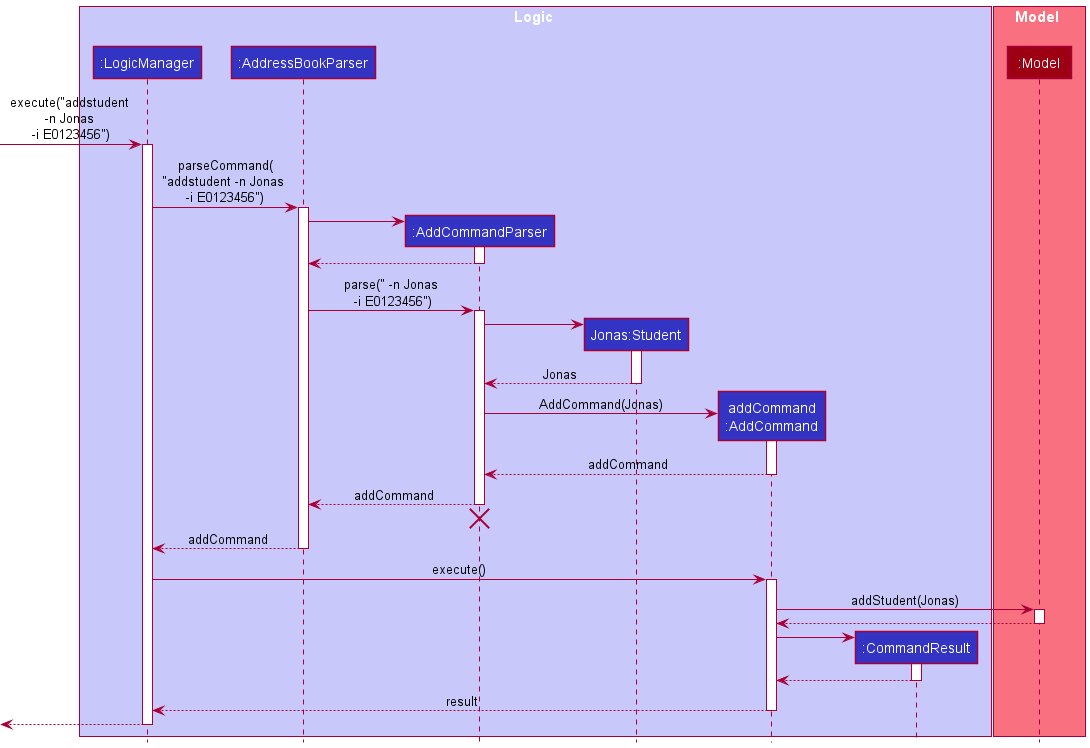
nus-cs2103-AY2122S1/tp keeps this PlantUML diagram as docs/images/AddStudentSequenceDiagram.png. Above is the earlier version.
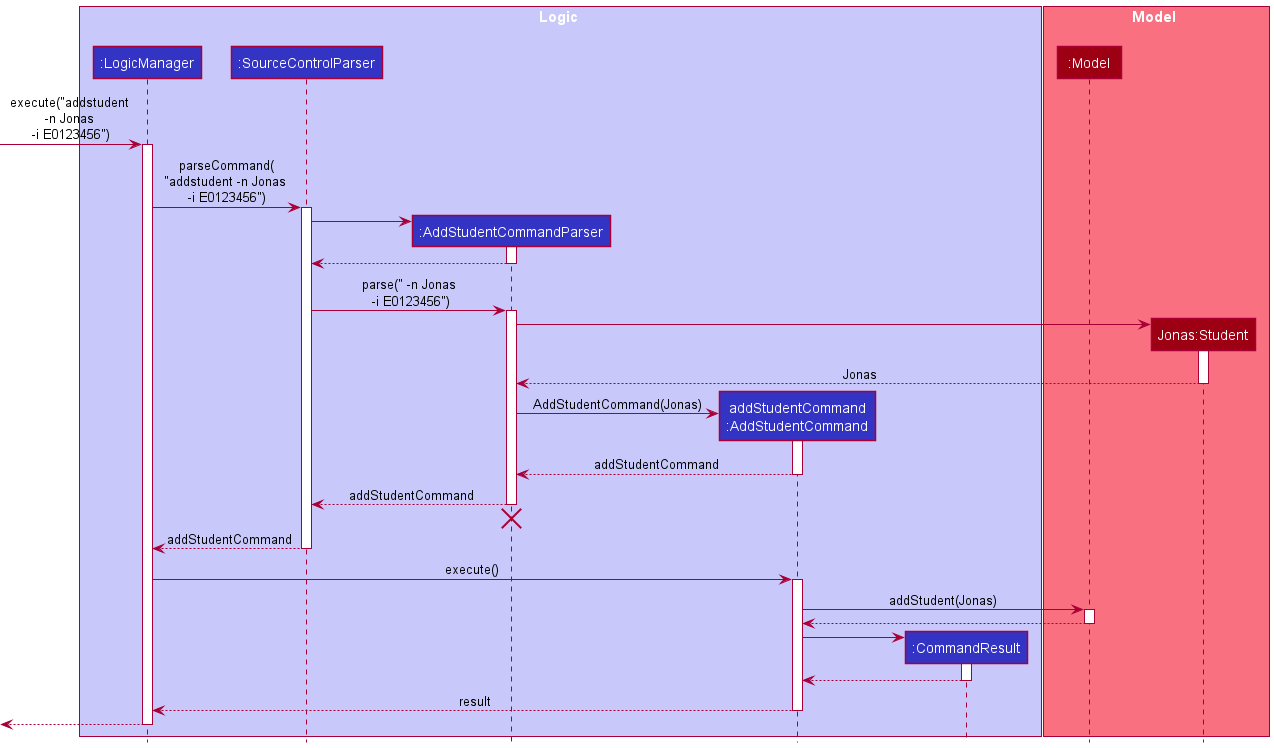
Above is the later version.

The edit, as a diff of the source:
```diff
@@ -3,73 +3,73 @@
 
 box Logic LOGIC_COLOR_T1
 participant ":LogicManager" as LogicManager LOGIC_COLOR
-participant ":AddressBookParser" as AddressBookParser LOGIC_COLOR
-participant ":AddCommandParser" as AddCommandParser LOGIC_COLOR
-participant "Jonas:Student" as Student LOGIC_COLOR
-participant "addCommand\n:AddCommand" as AddCommand LOGIC_COLOR
+participant ":SourceControlParser" as SourceControlParser LOGIC_COLOR
+participant ":AddStudentCommandParser" as AddStudentCommandParser LOGIC_COLOR
+participant "addStudentCommand\n:AddStudentCommand" as AddStudentCommand LOGIC_COLOR
 participant ":CommandResult" as CommandResult LOGIC_COLOR
 end box
 
 box Model MODEL_COLOR_T1
 participant ":Model" as Model MODEL_COLOR
+participant "Jonas:Student" as Student MODEL_COLOR
 end box
 
 [-> LogicManager : execute("addstudent \n-n Jonas \n-i E0123456")
 activate LogicManager
 
-LogicManager -> AddressBookParser : parseCommand(\n"addstudent -n Jonas \n-i E0123456")
-activate AddressBookParser
+LogicManager -> SourceControlParser : parseCommand(\n"addstudent -n Jonas \n-i E0123456")
+activate SourceControlParser
 
-create AddCommandParser
-AddressBookParser -> AddCommandParser
-activate AddCommandParser
+create AddStudentCommandParser
+SourceControlParser -> AddStudentCommandParser
+activate AddStudentCommandParser
 
-AddCommandParser --> AddressBookParser
-deactivate AddCommandParser
+AddStudentCommandParser --> SourceControlParser
+deactivate AddStudentCommandParser
 
-AddressBookParser -> AddCommandParser : parse(" -n Jonas\n -i E0123456")
-activate AddCommandParser
+SourceControlParser -> AddStudentCommandParser : parse(" -n Jonas\n -i E0123456")
+activate AddStudentCommandParser
 
 create Student
-AddCommandParser -> Student
+AddStudentCommandParser -> Student
 activate Student
 
-Student --> AddCommandParser : Jonas
+Student --> AddStudentCommandParser : Jonas
 deactivate Student
 
-create AddCommand
-AddCommandParser -> AddCommand : AddCommand(Jonas)
-activate AddCommand
+create AddStudentCommand
+AddStudentCommandParser -> AddStudentCommand : AddStudentCommand(Jonas)
+activate AddStudentCommand
 
-AddCommand --> AddCommandParser : addCommand
-deactivate AddCommand
+AddStudentCommand --> AddStudentCommandParser : addStudentCommand
+deactivate AddStudentCommand
 
-AddCommandParser --> AddressBookParser : addCommand
-deactivate AddCommandParser
-AddCommandParser -[hidden]-> AddressBookParser
-destroy AddCommandParser
+AddStudentCommandParser --> SourceControlParser : addStudentCommand
+deactivate AddStudentCommandParser
+AddStudentCommandParser -[hidden]-> SourceControlParser
+destroy AddStudentCommandParser
 
-AddressBookParser --> LogicManager : addCommand
-deactivate AddressBookParser
+SourceControlParser --> LogicManager : addStudentCommand
+deactivate SourceControlParser
 
-LogicManager -> AddCommand : execute()
-activate AddCommand
+LogicManager -> AddStudentCommand : execute()
+activate AddStudentCommand
 
-AddCommand -> Model : addStudent(Jonas)
+AddStudentCommand -> Model : addStudent(Jonas)
 activate Model
 
-Model --> AddCommand
+Model --> AddStudentCommand
 deactivate Model
 
 create CommandResult
-AddCommand -> CommandResult
+AddStudentCommand -> CommandResult
 activate CommandResult
 
-CommandResult --> AddCommand
+CommandResult --> AddStudentCommand
 deactivate CommandResult
 
-AddCommand --> LogicManager : result
-deactivate AddCommand
+AddStudentCommand --> LogicManager : result
+deactivate AddStudentCommand
 
 [<--LogicManager
 deactivate LogicManager
```
